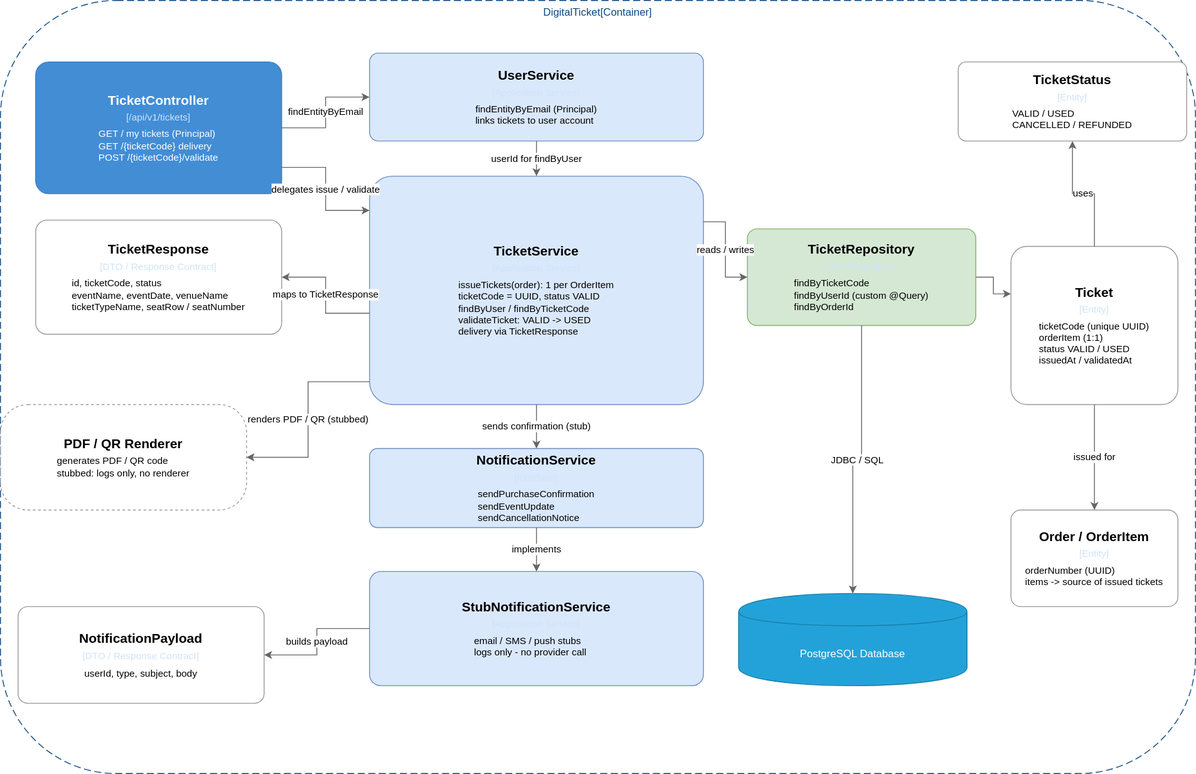
This is diagrams/c4model/ticketwave-c3-digital-ticket-service.drawio.svg from Juanchoque1206/soe-TicketWave, a draw.io export, as it was before one commit. Source tidied: cells renumbered, new cells last; positions are measured from the earlier drawing's top-left corner, leaving out a move shared by most shapes.
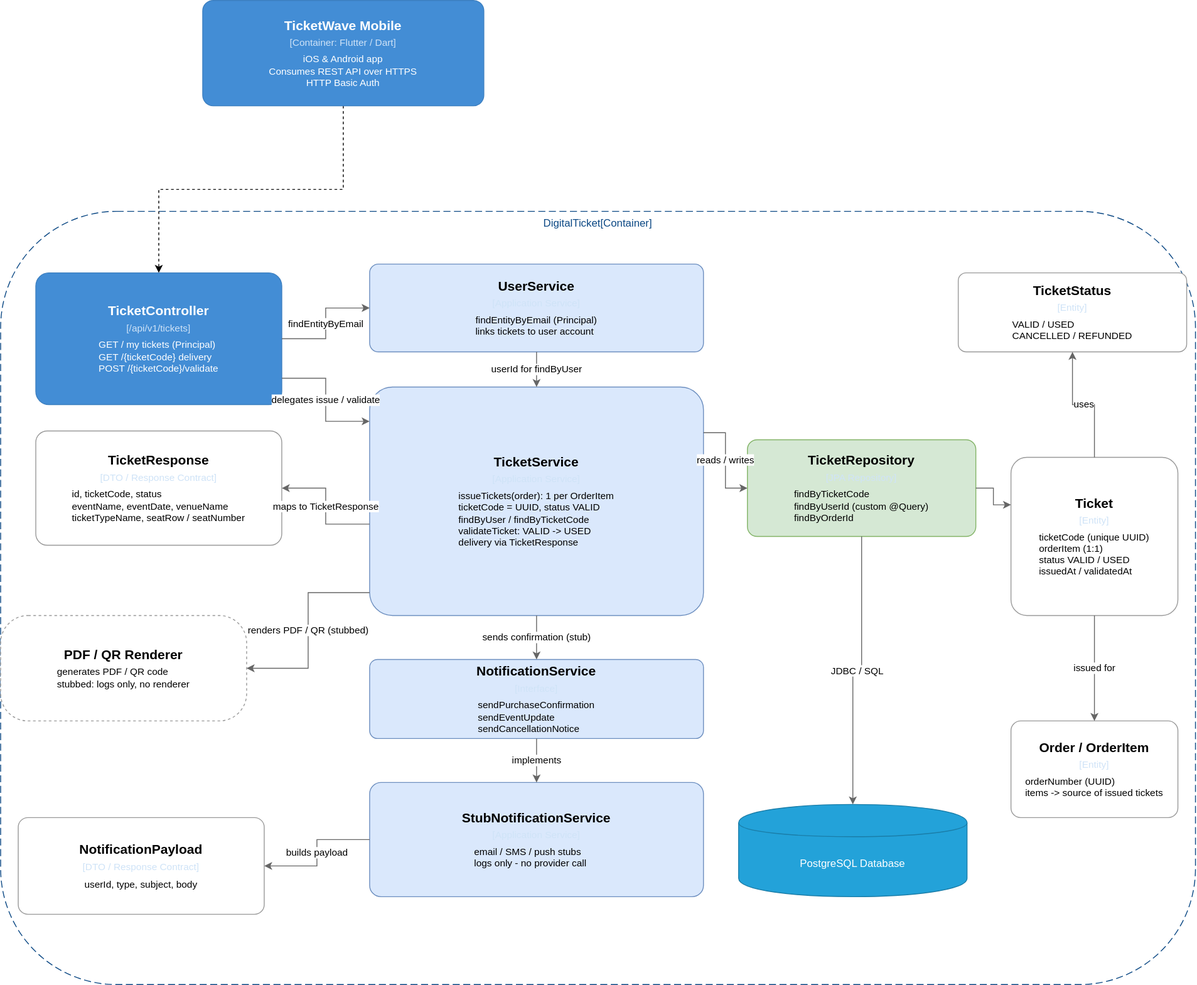
Later version of the same file.

The edit, as a diff of the source:
```diff
@@ -83,5 +83,11 @@
     <mxCell id="28" value="JDBC / SQL" style="edgeStyle=orthogonalEdgeStyle;rounded=0;html=1;strokeColor=#666666;exitX=0.5;exitY=1;entryX=0.5;entryY=0;" parent="1" edge="1" source="11" target="12">
       <mxGeometry relative="1" as="geometry" />
     </mxCell>
+    <mxCell id="29" style="edgeStyle=orthogonalEdgeStyle;rounded=0;jettySize=auto;html=1;entryX=0.5;entryY=0;entryDx=0;entryDy=0;dashed=1;" parent="1" edge="1" source="30" target="3">
+      <mxGeometry relative="1" as="geometry" />
+    </mxCell>
+    <mxCell id="30" value="&lt;div style=&quot;border-color: rgb(218, 220, 224); font-size: 15px; font-weight: bold; margin-bottom: 4px;&quot;&gt;TicketWave Mobile&lt;/div&gt;&lt;div style=&quot;border-color: rgb(218, 220, 224); font-size: 11px; color: rgb(207, 227, 247); margin-bottom: 6px;&quot;&gt;[Container: Flutter / Dart]&lt;/div&gt;&lt;div style=&quot;border-color: rgb(218, 220, 224); font-size: 11px;&quot;&gt;iOS &amp;amp; Android app&lt;/div&gt;&lt;div style=&quot;border-color: rgb(218, 220, 224); font-size: 11px;&quot;&gt;Consumes REST API over HTTPS&lt;/div&gt;&lt;div style=&quot;border-color: rgb(218, 220, 224); font-size: 11px;&quot;&gt;HTTP Basic Auth&lt;/div&gt;" style="rounded=1;whiteSpace=wrap;html=1;fillColor=#438dd5;strokeColor=#3c7fc0;fontColor=#ffffff;arcSize=10;" parent="1" vertex="1">
+      <mxGeometry x="230" y="-240" width="320" height="120" as="geometry" />
+    </mxCell>
   </root>
 </mxGraphModel>
```
